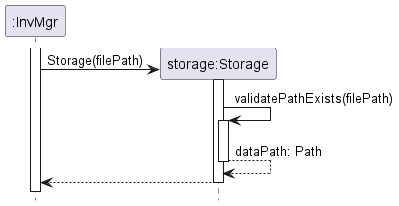
Earlier version of the PlantUML export docs/img/StorageInitialisationSequenceDiagram.png (nus-cs2113-AY2122S2/tp). Source of this version:
```plantuml
@startuml

hide footbox
skinparam SequenceReferenceBackgroundColor pink

participant ":InvMgr" as InvMgr
participant "storage:Storage" as Storage

activate InvMgr
    create Storage
    InvMgr -> Storage : Storage(filePath)
    activate Storage
        Storage -> Storage : validatePathExists(filePath)
        activate Storage
        return dataPath: Path
    return

@enduml
```
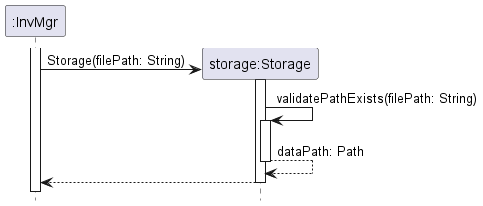
After the commit.

Commit message:
Update Storage implementation in DG

Change to the diagram source:
```diff
@@ -8,9 +8,9 @@
 
 activate InvMgr
     create Storage
-    InvMgr -> Storage : Storage(filePath)
+    InvMgr -> Storage : Storage(filePath: String)
     activate Storage
-        Storage -> Storage : validatePathExists(filePath)
+        Storage -> Storage : validatePathExists(filePath: String)
         activate Storage
         return dataPath: Path
     return
```
